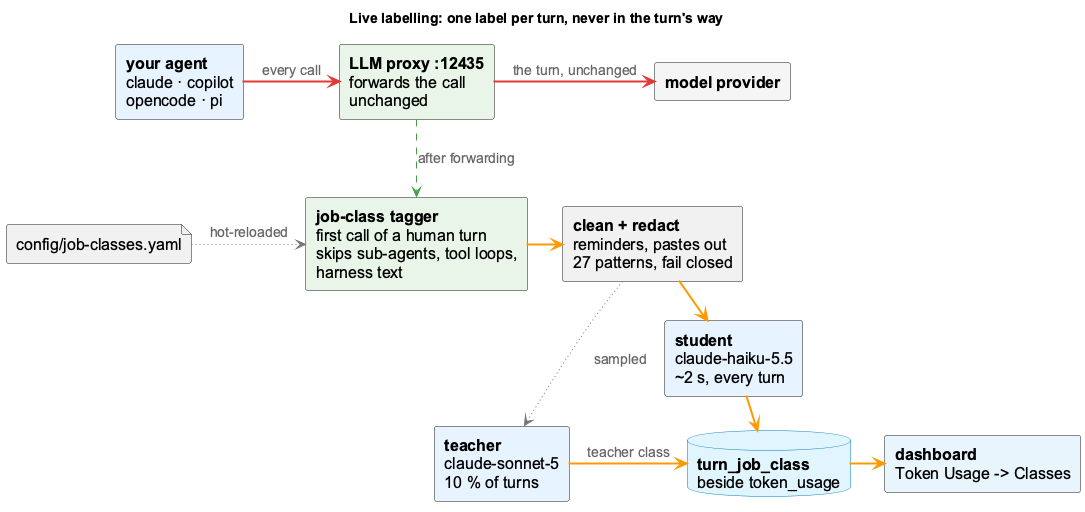
This is docs-content/images/job-class-live-tagging.png from fwornle/coding, a PlantUML export, as it was before one commit.
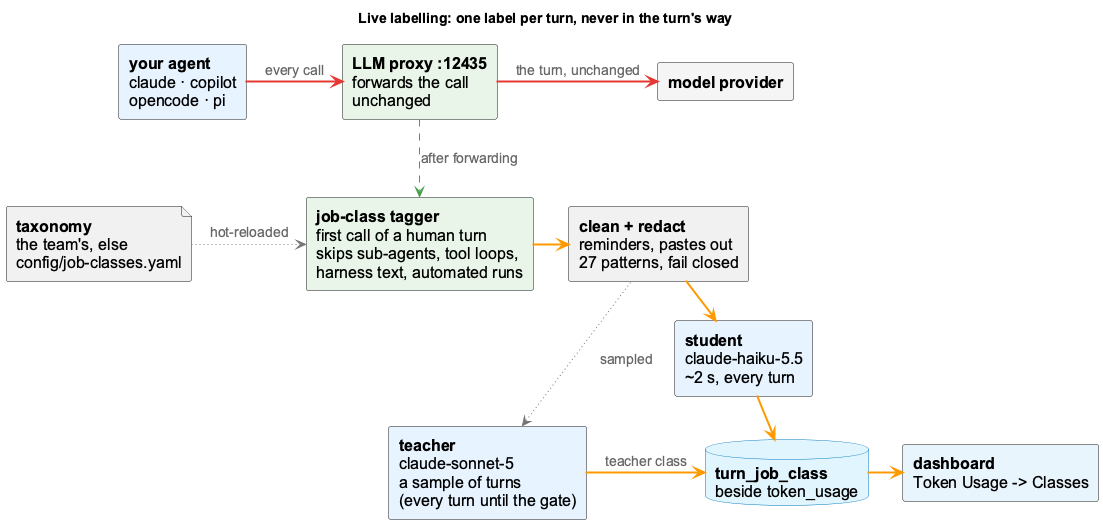
The same file after the commit.

The edit, as a diff of the source:
```diff
@@ -11,13 +11,13 @@
 component "**your agent**\nclaude · copilot\nopencode · pi" as agent <<agent>>
 component "**LLM proxy :12435**\nforwards the call\nunchanged" as fwd <<core>>
 component "**model provider**" as model <<external>>
-component "**job-class tagger**\nfirst call of a human turn\nskips sub-agents, tool loops,\nharness text" as tagger <<core>>
+component "**job-class tagger**\nfirst call of a human turn\nskips sub-agents, tool loops,\nharness text, automated runs" as tagger <<core>>
 component "**clean + redact**\nreminders, pastes out\n27 patterns, fail closed" as redact <<util>>
 component "**student**\nclaude-haiku-5.5\n~2 s, every turn" as student <<agent>>
-component "**teacher**\nclaude-sonnet-5\n10 % of turns" as teacher <<agent>>
+component "**teacher**\nclaude-sonnet-5\na sample of turns\n(every turn until the gate)" as teacher <<agent>>
 database "**turn_job_class**\nbeside token_usage" as db <<storage>>
 component "**dashboard**\nToken Usage -> Classes" as dash <<api>>
-file "config/job-classes.yaml" as tax <<storage>>
+file "**taxonomy**\nthe team's, else\nconfig/job-classes.yaml" as tax <<storage>>
 
 agent -[#E53935,thickness=2]right-> fwd : every call
 fwd -[#E53935,thickness=2]right-> model : the turn, unchanged
```
